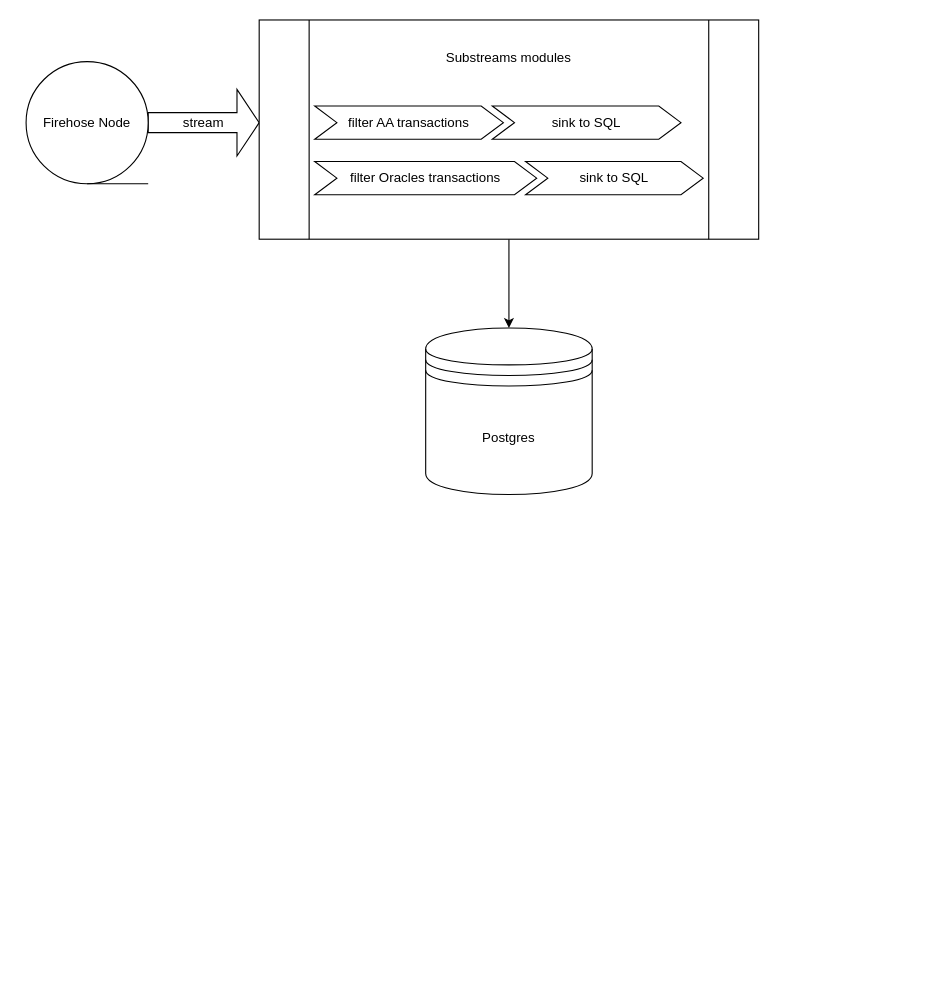
Before: diag.drawio in blocktorch-xyz/blocktorch-substreams, a draw.io diagram. Source tidied: cells renumbered, new cells numbered last; positions are measured from the earlier drawing's top-left corner, leaving out a move shared by most shapes. Both pictures are drawn from the tidied source at 111%, with x=0, y=0 at pixel (26, 19).
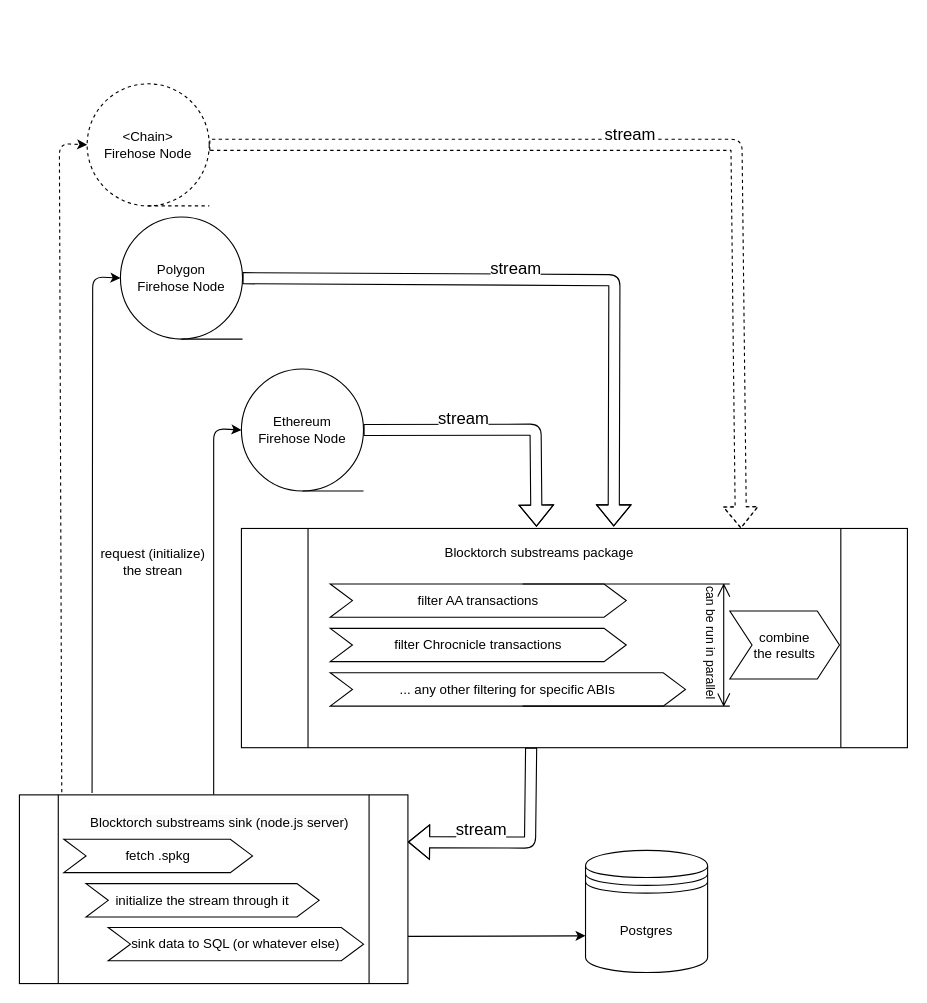
The same diagram, later.

Change to the diagram source:
```diff
@@
-    <mxCell id="2" value="stream" style="shape=singleArrow;whiteSpace=wrap;html=1;" parent="1" vertex="1">
-      <mxGeometry x="110" y="63" width="100" height="60" as="geometry" />
-    </mxCell>
+    <mxCell id="11" style="edgeStyle=none;html=1;shape=flexArrow;entryX=0.443;entryY=-0.008;entryDx=0;entryDy=0;entryPerimeter=0;" parent="1" edge="1" source="3" target="5">
+      <mxGeometry relative="1" as="geometry">
+        <Array as="points">
+          <mxPoint x="459" y="369.6" />
+        </Array>
+      </mxGeometry>
+    </mxCell>
+    <mxCell id="12" value="&lt;font style=&quot;font-size: 15px;&quot;&gt;stream&lt;/font&gt;" style="edgeLabel;html=1;align=center;verticalAlign=middle;" parent="11" vertex="1">
+      <mxGeometry y="-2" relative="1" as="geometry">
+        <mxPoint x="-32" y="-13" as="offset" />
+      </mxGeometry>
+    </mxCell>
-    <mxCell id="3" value="Firehose Node" style="shape=tapeData;whiteSpace=wrap;html=1;perimeter=ellipsePerimeter;" parent="1" vertex="1">
-      <mxGeometry y="38" width="110" height="110" as="geometry" />
+    <mxCell id="3" value="Ethereum&lt;br&gt;Firehose Node" style="shape=tapeData;whiteSpace=wrap;html=1;perimeter=ellipsePerimeter;" parent="1" vertex="1">
+      <mxGeometry x="194" y="314.9" width="110" height="110" as="geometry" />
     </mxCell>
-    <mxCell id="4" style="edgeStyle=none;html=1;exitX=0.5;exitY=1;exitDx=0;exitDy=0;entryX=0.5;entryY=0;entryDx=0;entryDy=0;" parent="1" edge="1" source="5" target="10">
+    <mxCell id="4" style="edgeStyle=none;html=1;exitX=1;exitY=0.75;exitDx=0;exitDy=0;entryX=0;entryY=0.7;entryDx=0;entryDy=0;" parent="1" edge="1" source="15" target="10">
       <mxGeometry relative="1" as="geometry" />
     </mxCell>
+    <mxCell id="10" value="Postgres" style="shape=datastore;whiteSpace=wrap;html=1;" parent="1" vertex="1">
+      <mxGeometry x="504" y="748.6" width="110" height="110" as="geometry" />
+    </mxCell>
+    <mxCell id="13" style="edgeStyle=none;html=1;exitX=0.5;exitY=0;exitDx=0;exitDy=0;entryX=0;entryY=0.5;entryDx=0;entryDy=0;" parent="1" edge="1" source="15" target="3">
+      <mxGeometry relative="1" as="geometry">
+        <Array as="points">
+          <mxPoint x="169" y="368.6" />
+        </Array>
+      </mxGeometry>
+    </mxCell>
+    <mxCell id="14" style="group;" parent="1" vertex="1">
+      <mxGeometry x="-6" y="698.6" width="350" height="170" as="geometry" />
+    </mxCell>
+    <mxCell id="15" style="shape=process;whiteSpace=wrap;html=1;backgroundOutline=1;" parent="14" vertex="1">
+      <mxGeometry width="350" height="170" as="geometry" />
+    </mxCell>
+    <mxCell id="16" value="&lt;span style=&quot;color: rgb(0, 0, 0); font-family: Helvetica; font-size: 12px; font-style: normal; font-variant-ligatures: normal; font-variant-caps: normal; font-weight: 400; letter-spacing: normal; orphans: 2; text-align: center; text-indent: 0px; text-transform: none; widows: 2; word-spacing: 0px; -webkit-text-stroke-width: 0px; background-color: rgb(251, 251, 251); text-decoration-thickness: initial; text-decoration-style: initial; text-decoration-color: initial; float: none; display: inline !important;&quot;&gt;Blocktorch substreams sink (node.js server)&lt;/span&gt;" style="text;html=1;align=center;verticalAlign=middle;strokeColor=none;fillColor=none;" parent="14" vertex="1">
+      <mxGeometry x="50" y="10" width="260" height="30" as="geometry" />
+    </mxCell>
+    <mxCell id="17" value="fetch .spkg" style="shape=step;perimeter=stepPerimeter;whiteSpace=wrap;html=1;fixedSize=1;" parent="14" vertex="1">
+      <mxGeometry x="40" y="40" width="170" height="30" as="geometry" />
+    </mxCell>
+    <mxCell id="18" value="initialize the stream through it" style="shape=step;perimeter=stepPerimeter;whiteSpace=wrap;html=1;fixedSize=1;" parent="14" vertex="1">
+      <mxGeometry x="60" y="80" width="210" height="30" as="geometry" />
+    </mxCell>
+    <mxCell id="19" value="sink data to SQL (or whatever else)" style="shape=step;perimeter=stepPerimeter;whiteSpace=wrap;html=1;fixedSize=1;" parent="14" vertex="1">
+      <mxGeometry x="80" y="119.5" width="230" height="30" as="geometry" />
+    </mxCell>
+    <mxCell id="20" style="group;" parent="1" vertex="1">
+      <mxGeometry x="194" y="458.6" width="600" height="197.5" as="geometry" />
+    </mxCell>
-    <mxCell id="5" value="Substreams modules&lt;br&gt;&lt;br&gt;&lt;br&gt;&lt;br&gt;&lt;br&gt;&lt;br&gt;&lt;br&gt;&lt;br&gt;&lt;br&gt;&lt;br&gt;" style="shape=process;whiteSpace=wrap;html=1;backgroundOutline=1;" parent="1" vertex="1">
-      <mxGeometry x="210" y="0.5" width="450" height="197.5" as="geometry" />
+    <mxCell id="5" style="shape=process;whiteSpace=wrap;html=1;backgroundOutline=1;" parent="20" vertex="1">
+      <mxGeometry width="600" height="197.5" as="geometry" />
     </mxCell>
-    <mxCell id="6" value="filter AA transactions" style="shape=step;perimeter=stepPerimeter;whiteSpace=wrap;html=1;fixedSize=1;" parent="1" vertex="1">
-      <mxGeometry x="260" y="78" width="170" height="30" as="geometry" />
+    <mxCell id="6" value="filter AA transactions" style="shape=step;perimeter=stepPerimeter;whiteSpace=wrap;html=1;fixedSize=1;" parent="20" vertex="1">
+      <mxGeometry x="80" y="50" width="266.7" height="30" as="geometry" />
     </mxCell>
-    <mxCell id="7" value="filter Oracles transactions" style="shape=step;perimeter=stepPerimeter;whiteSpace=wrap;html=1;fixedSize=1;" parent="1" vertex="1">
-      <mxGeometry x="260" y="128" width="200" height="30" as="geometry" />
+    <mxCell id="7" value="filter Chrocnicle transactions" style="shape=step;perimeter=stepPerimeter;whiteSpace=wrap;html=1;fixedSize=1;" parent="20" vertex="1">
+      <mxGeometry x="80" y="90" width="266.7" height="30" as="geometry" />
     </mxCell>
-    <mxCell id="8" value="sink to SQL" style="shape=step;perimeter=stepPerimeter;whiteSpace=wrap;html=1;fixedSize=1;rotation=0;" parent="1" vertex="1">
-      <mxGeometry x="420" y="78" width="170" height="30" as="geometry" />
-    </mxCell>
-    <mxCell id="9" value="sink to SQL" style="shape=step;perimeter=stepPerimeter;whiteSpace=wrap;html=1;fixedSize=1;" parent="1" vertex="1">
-      <mxGeometry x="450" y="128" width="160" height="30" as="geometry" />
-    </mxCell>
-    <mxCell id="10" value="Postgres" style="shape=datastore;whiteSpace=wrap;html=1;" parent="1" vertex="1">
-      <mxGeometry x="360" y="278" width="150" height="150" as="geometry" />
-    </mxCell>
+    <mxCell id="21" value="&lt;span style=&quot;&quot;&gt;Blocktorch substreams package&lt;/span&gt;" style="text;html=1;align=center;verticalAlign=middle;strokeColor=none;fillColor=none;" parent="20" vertex="1">
+      <mxGeometry x="173.3" y="7.5" width="190" height="30" as="geometry" />
+    </mxCell>
+    <mxCell id="22" value="... any other filtering for specific ABIs" style="shape=step;perimeter=stepPerimeter;whiteSpace=wrap;html=1;fixedSize=1;" parent="20" vertex="1">
+      <mxGeometry x="80" y="130" width="320" height="30" as="geometry" />
+    </mxCell>
+    <mxCell id="23" value="combine&lt;br&gt;the results" style="shape=step;perimeter=stepPerimeter;whiteSpace=wrap;html=1;fixedSize=1;rotation=0;" parent="20" vertex="1">
+      <mxGeometry x="440" y="74.4" width="98.8" height="61.2" as="geometry" />
+    </mxCell>
+    <mxCell id="24" style="shape=dimension;direction=north;whiteSpace=wrap;html=1;align=right;verticalAlign=middle;labelBackgroundColor=#ffffff;fontSize=15;" parent="20" vertex="1">
+      <mxGeometry x="253.3" y="50" width="186.7" height="110" as="geometry" />
+    </mxCell>
+    <mxCell id="25" value="&lt;span style=&quot;color: rgb(0, 0, 0); font-family: Helvetica; font-size: 11px; font-style: normal; font-variant-ligatures: normal; font-variant-caps: normal; font-weight: 400; letter-spacing: normal; orphans: 2; text-align: right; text-indent: 0px; text-transform: none; widows: 2; word-spacing: 0px; -webkit-text-stroke-width: 0px; background-color: rgb(255, 255, 255); text-decoration-thickness: initial; text-decoration-style: initial; text-decoration-color: initial; float: none; display: inline !important;&quot;&gt;can be run in parallel&lt;/span&gt;" style="text;whiteSpace=wrap;html=1;fontSize=11;rotation=90;" parent="20" vertex="1">
+      <mxGeometry x="346.7" y="100" width="140" height="40" as="geometry" />
+    </mxCell>
+    <mxCell id="26" value="request (initialize)&lt;br&gt;the strean" style="text;html=1;align=center;verticalAlign=middle;strokeColor=none;fillColor=none;" parent="1" vertex="1">
+      <mxGeometry x="54" y="468.6" width="120" height="40" as="geometry" />
+    </mxCell>
+    <mxCell id="27" style="edgeStyle=none;html=1;shape=flexArrow;entryX=1;entryY=0.25;entryDx=0;entryDy=0;exitX=0.435;exitY=1;exitDx=0;exitDy=0;exitPerimeter=0;" parent="1" edge="1" source="5" target="15">
+      <mxGeometry relative="1" as="geometry">
+        <Array as="points">
+          <mxPoint x="454" y="741.6" />
+        </Array>
+      </mxGeometry>
+    </mxCell>
+    <mxCell id="28" value="&lt;font style=&quot;font-size: 15px;&quot;&gt;stream&lt;/font&gt;" style="edgeLabel;html=1;align=center;verticalAlign=middle;" parent="27" vertex="1">
+      <mxGeometry y="-2" relative="1" as="geometry">
+        <mxPoint x="-32" y="-11" as="offset" />
+      </mxGeometry>
+    </mxCell>
+    <mxCell id="29" style="edgeStyle=none;html=1;shape=flexArrow;entryX=0.559;entryY=-0.009;entryDx=0;entryDy=0;entryPerimeter=0;" parent="1" edge="1" source="31" target="5">
+      <mxGeometry relative="1" as="geometry">
+        <Array as="points">
+          <mxPoint x="530" y="234.9" />
+        </Array>
+      </mxGeometry>
+    </mxCell>
+    <mxCell id="30" value="&lt;font style=&quot;font-size: 15px;&quot;&gt;stream&lt;/font&gt;" style="edgeLabel;html=1;align=center;verticalAlign=middle;" parent="29" vertex="1">
+      <mxGeometry y="-2" relative="1" as="geometry">
+        <mxPoint x="-32" y="-13" as="offset" />
+      </mxGeometry>
+    </mxCell>
+    <mxCell id="31" value="Polygon&lt;br&gt;Firehose Node" style="shape=tapeData;whiteSpace=wrap;html=1;perimeter=ellipsePerimeter;" parent="1" vertex="1">
+      <mxGeometry x="85" y="178" width="110" height="110" as="geometry" />
+    </mxCell>
+    <mxCell id="32" style="edgeStyle=none;html=1;exitX=0.187;exitY=-0.01;exitDx=0;exitDy=0;entryX=0;entryY=0.5;entryDx=0;entryDy=0;exitPerimeter=0;" parent="1" edge="1" source="15" target="31">
+      <mxGeometry relative="1" as="geometry">
+        <Array as="points">
+          <mxPoint x="60" y="231.8" />
+        </Array>
+      </mxGeometry>
+    </mxCell>
+    <mxCell id="33" style="edgeStyle=none;html=1;shape=flexArrow;dashed=1;entryX=0.75;entryY=0;entryDx=0;entryDy=0;" parent="1" edge="1" source="35" target="5">
+      <mxGeometry relative="1" as="geometry">
+        <Array as="points">
+          <mxPoint x="640" y="113" />
+        </Array>
+      </mxGeometry>
+    </mxCell>
+    <mxCell id="34" value="&lt;font style=&quot;font-size: 15px;&quot;&gt;stream&lt;/font&gt;" style="edgeLabel;html=1;align=center;verticalAlign=middle;" parent="33" vertex="1">
+      <mxGeometry y="-2" relative="1" as="geometry">
+        <mxPoint x="-32" y="-13" as="offset" />
+      </mxGeometry>
+    </mxCell>
+    <mxCell id="35" value="&amp;lt;Chain&amp;gt;&lt;br&gt;Firehose Node" style="shape=tapeData;whiteSpace=wrap;html=1;perimeter=ellipsePerimeter;dashed=1;" parent="1" vertex="1">
+      <mxGeometry x="55" y="58" width="110" height="110" as="geometry" />
+    </mxCell>
+    <mxCell id="36" style="edgeStyle=none;html=1;entryX=0;entryY=0.5;entryDx=0;entryDy=0;exitX=0.109;exitY=-0.014;exitDx=0;exitDy=0;exitPerimeter=0;dashed=1;" parent="1" edge="1" source="15" target="35">
+      <mxGeometry relative="1" as="geometry">
+        <Array as="points">
+          <mxPoint x="30" y="111.8" />
+        </Array>
+      </mxGeometry>
+    </mxCell>
```
